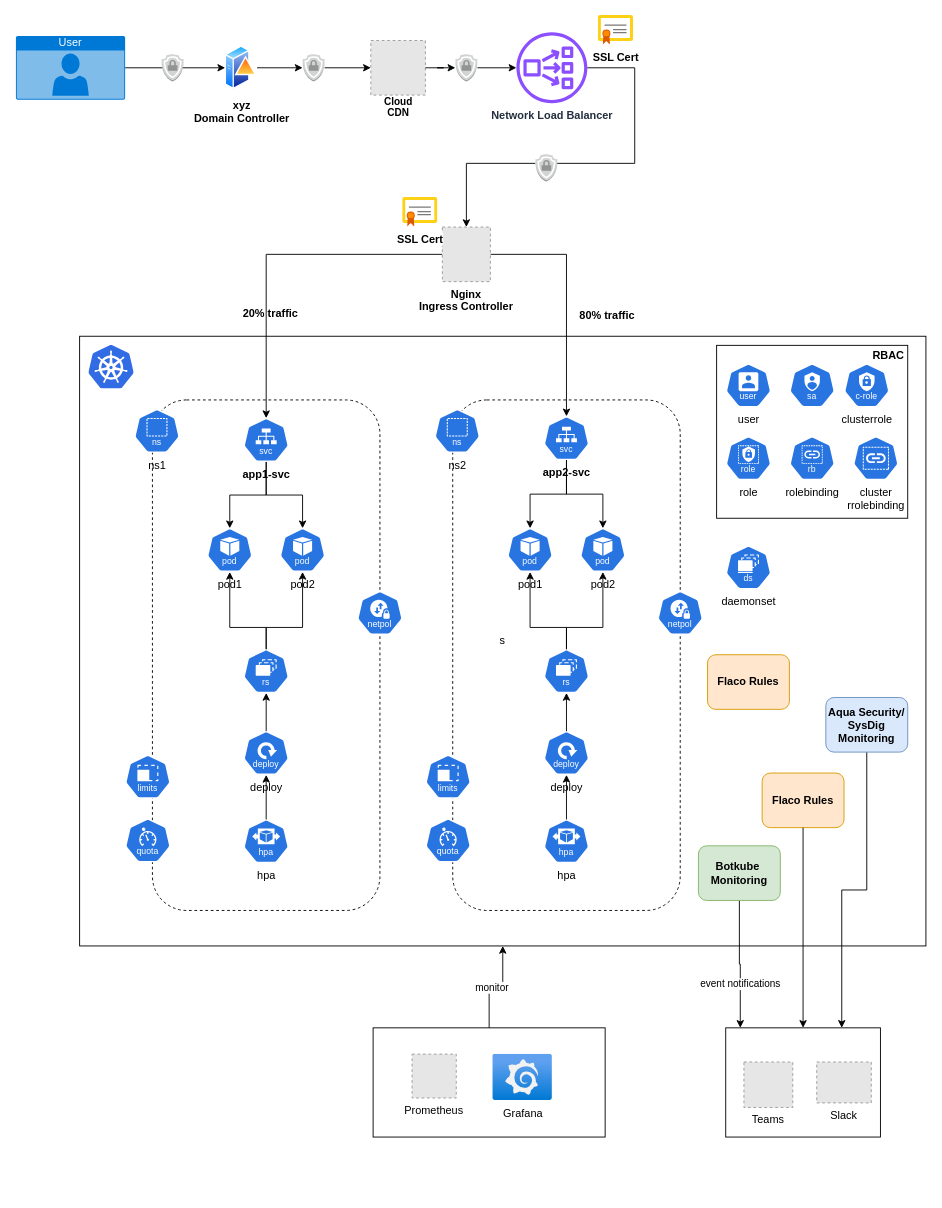
Earlier version of the draw.io diagram page "k8s" (4 of 5) of diagrams/Diagrams.drawio (ramanagali/hello-world-py). Source tidied: cells renumbered, new cells numbered last; positions are measured from the earlier drawing's top-left corner, leaving out a move shared by most shapes. Both pictures are drawn from the tidied source at 91%, with x=0, y=0 at pixel (15, 15). Pictures stored in the file or linked from it are replaced by grey dashed boxes.
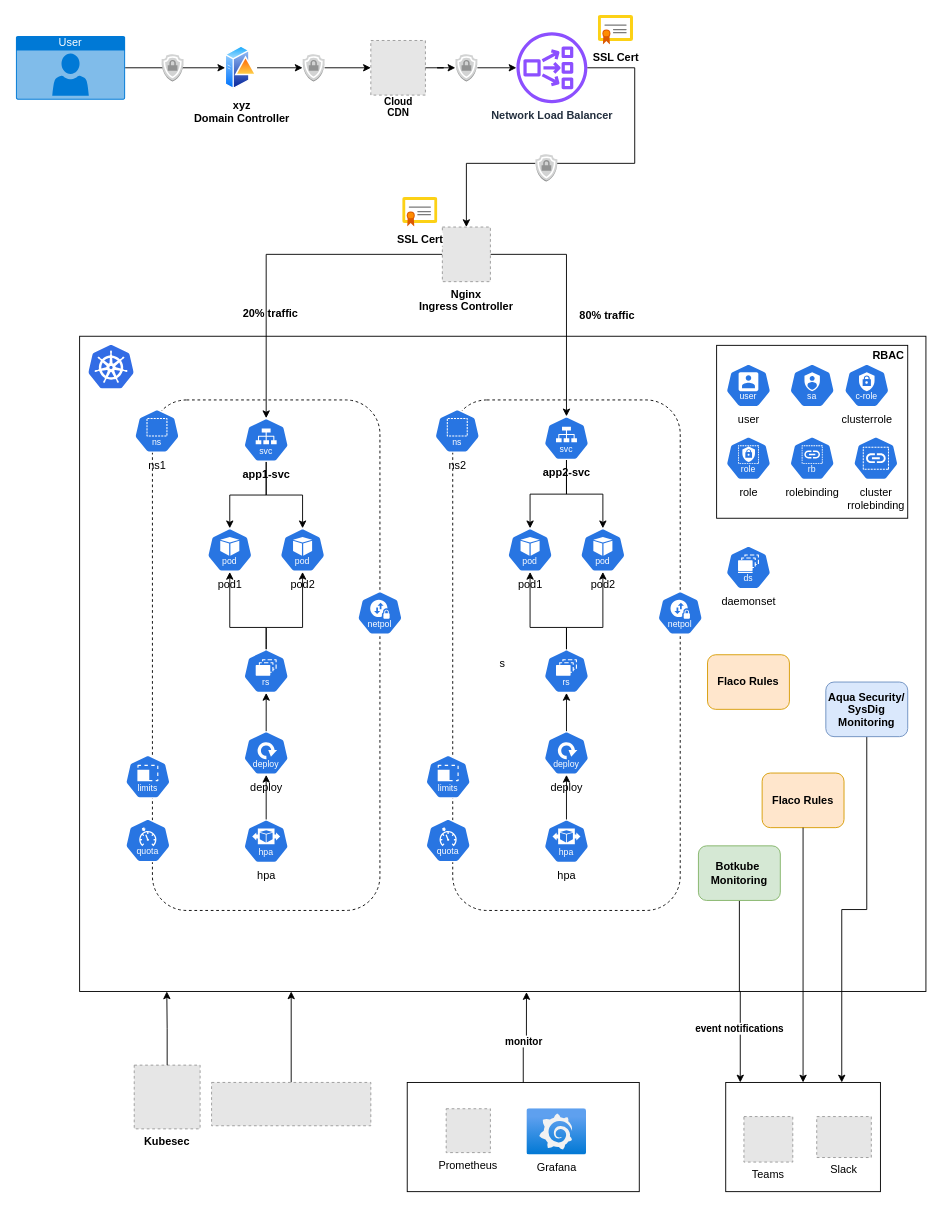
The same diagram, later.

Commit message (it also covers changes not shown here):
Updated CICD and k8s diagram

The change refers to these unchanged cells:
```xml
<mxCell id="57" style="rounded=0;whiteSpace=wrap;html=1;fillColor=none;" parent="56" vertex="1">
  <mxGeometry width="255" height="120" as="geometry" />
</mxCell>
<mxCell id="71" style="edgeStyle=orthogonalEdgeStyle;rounded=0;jettySize=auto;html=1;entryX=0.094;entryY=0;entryDx=0;entryDy=0;entryPerimeter=0;" parent="1" edge="1" source="73" target="2">
  <mxGeometry relative="1" as="geometry" />
</mxCell>
```

What changed in the source:
```diff
@@
-    <mxCell id="2" style="rounded=0;whiteSpace=wrap;html=1;fillColor=none;" parent="1" vertex="1">
-      <mxGeometry x="780" y="1112" width="170" height="120" as="geometry" />
-    </mxCell>
     <mxCell id="3" value="s" style="rounded=0;whiteSpace=wrap;html=1;fillColor=none;" parent="1" vertex="1">
-      <mxGeometry x="70" y="352" width="930" height="670" as="geometry" />
+      <mxGeometry x="70" y="352" width="930" height="720" as="geometry" />
     </mxCell>
@@
     <mxCell id="56" style="group;" parent="1" vertex="1">
-      <mxGeometry x="392.5" y="1112" width="255" height="120" as="geometry" />
+      <mxGeometry x="430" y="1172" width="255" height="120" as="geometry" />
     </mxCell>
@@
-    <mxCell id="60" style="edgeStyle=orthogonalEdgeStyle;rounded=0;jettySize=auto;html=1;entryX=0.5;entryY=1;entryDx=0;entryDy=0;" parent="1" edge="1" source="57" target="3">
+    <mxCell id="60" style="edgeStyle=orthogonalEdgeStyle;rounded=0;jettySize=auto;html=1;entryX=0.528;entryY=1.001;entryDx=0;entryDy=0;entryPerimeter=0;" parent="1" edge="1" source="57" target="3">
       <mxGeometry relative="1" as="geometry" />
     </mxCell>
-    <mxCell id="61" value="monitor" style="edgeLabel;html=1;align=center;verticalAlign=middle;" parent="60" vertex="1">
+    <mxCell id="61" value="monitor" style="edgeLabel;html=1;align=center;verticalAlign=middle;fontStyle=1;" parent="60" vertex="1">
       <mxGeometry x="-0.1" relative="1" as="geometry" />
     </mxCell>
-    <mxCell id="62" value="Teams&#10;" style="fillColor=#E6E6E6;strokeColor=#999999;dashed=1;verticalLabelPosition=bottom;labelBackgroundColor=default;verticalAlign=top;" parent="1" vertex="1">
-      <mxGeometry x="800" y="1149.5" width="53.7" height="50" as="geometry" />
-    </mxCell>
-    <mxCell id="63" value="Slack" style="fillColor=#E6E6E6;strokeColor=#999999;dashed=1;verticalLabelPosition=bottom;labelBackgroundColor=default;verticalAlign=top;" parent="1" vertex="1">
-      <mxGeometry x="880" y="1149.5" width="60" height="45" as="geometry" />
-    </mxCell>
@@
-    <mxCell id="72" value="event notifications" style="edgeLabel;html=1;align=center;verticalAlign=middle;" parent="71" vertex="1">
-      <mxGeometry x="0.32" relative="1" as="geometry" />
+    <mxCell id="72" value="event notifications" style="edgeLabel;html=1;align=center;verticalAlign=middle;fontStyle=1;" parent="71" vertex="1">
+      <mxGeometry x="0.32" relative="1" as="geometry">
+        <mxPoint x="-1" y="9" as="offset" />
+      </mxGeometry>
     </mxCell>
@@
     <mxCell id="76" value="&lt;p style=&quot;margin: 0px; font-variant-numeric: normal; font-variant-east-asian: normal; font-variant-alternates: normal; font-size-adjust: none; font-kerning: auto; font-optical-sizing: auto; font-feature-settings: normal; font-variation-settings: normal; font-variant-position: normal; font-stretch: normal; line-height: normal;&quot; class=&quot;p1&quot;&gt;Aqua Security/&lt;/p&gt;&lt;p style=&quot;margin: 0px; font-variant-numeric: normal; font-variant-east-asian: normal; font-variant-alternates: normal; font-size-adjust: none; font-kerning: auto; font-optical-sizing: auto; font-feature-settings: normal; font-variation-settings: normal; font-variant-position: normal; font-stretch: normal; line-height: normal;&quot; class=&quot;p1&quot;&gt;SysDig Monitoring&lt;/p&gt;" style="rounded=1;whiteSpace=wrap;html=1;fontStyle=1;align=center;fillColor=#dae8fc;strokeColor=#6c8ebf;" parent="1" vertex="1">
-      <mxGeometry x="890" y="749" width="90" height="60" as="geometry" />
+      <mxGeometry x="890" y="732" width="90" height="60" as="geometry" />
     </mxCell>
@@
+    <mxCell id="88" style="edgeStyle=orthogonalEdgeStyle;rounded=0;jettySize=auto;html=1;entryX=0.25;entryY=1;entryDx=0;entryDy=0;" parent="1" edge="1" source="89" target="3">
+      <mxGeometry relative="1" as="geometry" />
+    </mxCell>
+    <mxCell id="89" style="fillColor=#E6E6E6;strokeColor=#999999;dashed=1;verticalLabelPosition=bottom;labelBackgroundColor=default;verticalAlign=top;" parent="1" vertex="1">
+      <mxGeometry x="215" y="1172" width="175" height="47.6" as="geometry" />
+    </mxCell>
+    <mxCell id="90" style="group;" parent="1" vertex="1">
+      <mxGeometry x="780" y="1172" width="170" height="120" as="geometry" />
+    </mxCell>
+    <mxCell id="2" style="rounded=0;whiteSpace=wrap;html=1;fillColor=none;" parent="90" vertex="1">
+      <mxGeometry width="170" height="120" as="geometry" />
+    </mxCell>
+    <mxCell id="62" value="Teams&#10;" style="fillColor=#E6E6E6;strokeColor=#999999;dashed=1;verticalLabelPosition=bottom;labelBackgroundColor=default;verticalAlign=top;" parent="90" vertex="1">
+      <mxGeometry x="20" y="37.5" width="53.7" height="50" as="geometry" />
+    </mxCell>
+    <mxCell id="63" value="Slack" style="fillColor=#E6E6E6;strokeColor=#999999;dashed=1;verticalLabelPosition=bottom;labelBackgroundColor=default;verticalAlign=top;" parent="90" vertex="1">
+      <mxGeometry x="100" y="37.5" width="60" height="45" as="geometry" />
+    </mxCell>
+    <mxCell id="91" value="Kubesec" style="fillColor=#E6E6E6;strokeColor=#999999;dashed=1;verticalLabelPosition=bottom;labelBackgroundColor=default;verticalAlign=top;fontStyle=1;" parent="1" vertex="1">
+      <mxGeometry x="130" y="1153" width="72.4" height="70" as="geometry" />
+    </mxCell>
+    <mxCell id="92" style="edgeStyle=orthogonalEdgeStyle;rounded=0;jettySize=auto;html=1;entryX=0.103;entryY=1;entryDx=0;entryDy=0;entryPerimeter=0;" parent="1" edge="1" source="91" target="3">
+      <mxGeometry relative="1" as="geometry" />
+    </mxCell>
```
